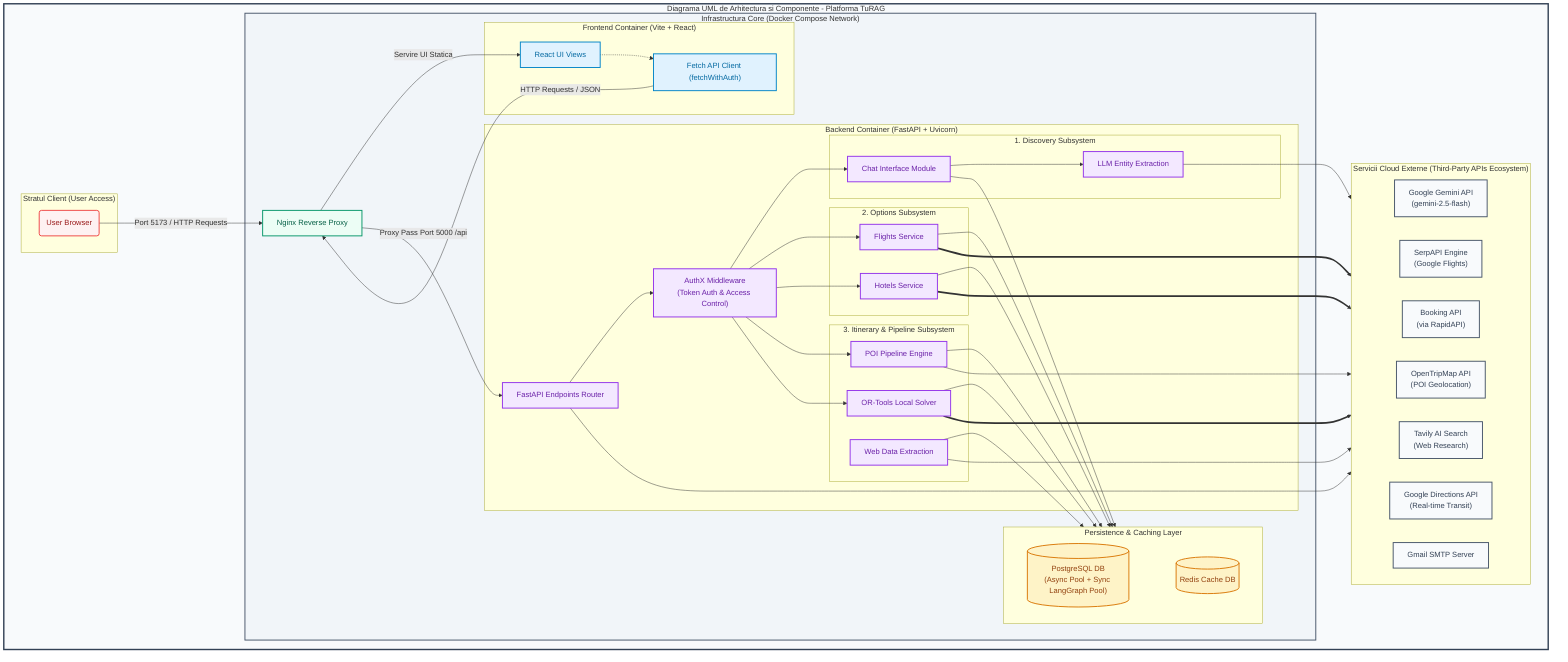
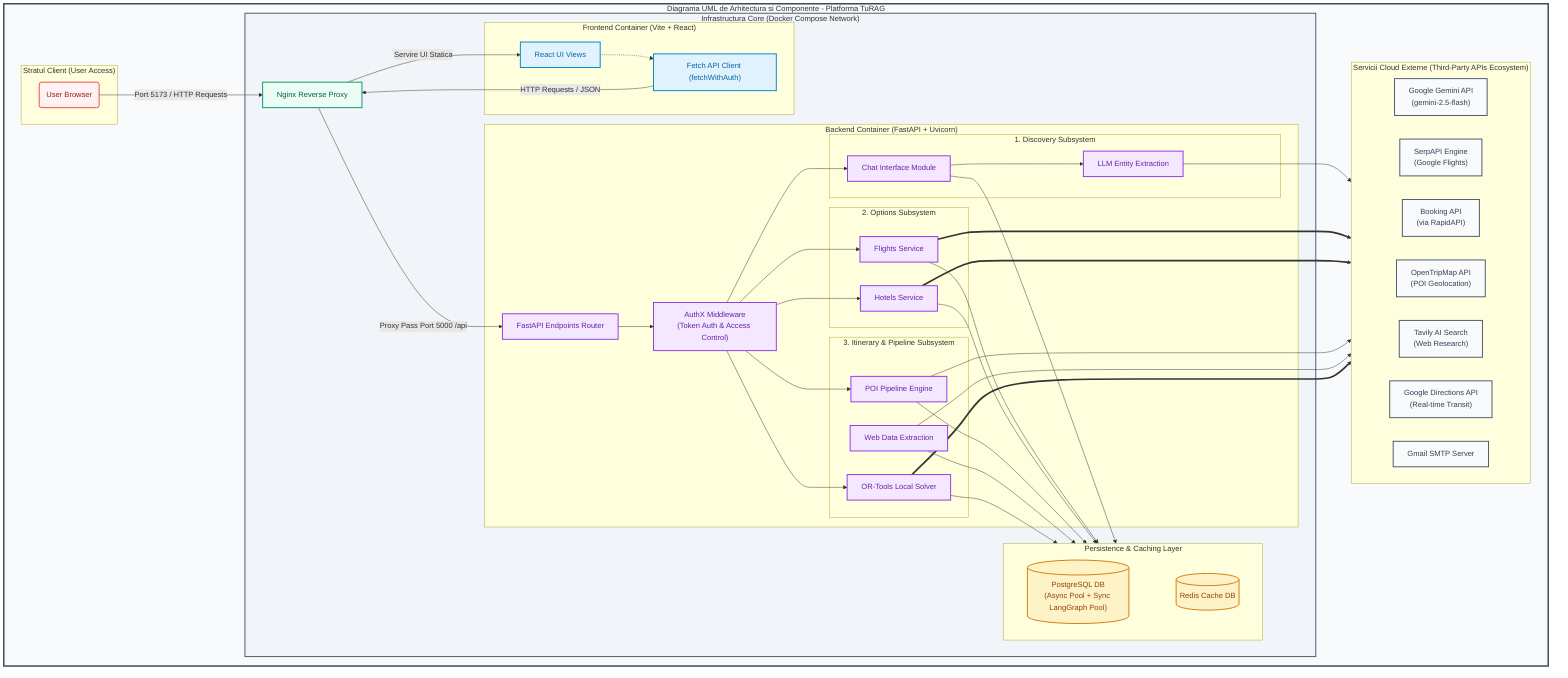
graph TD
    %% --- CONFIGURARE STILURI SI CULORI ---
    classDef user fill:#fef2f2,stroke:#ef4444,stroke-width:2px,color:#991b1b;
    classDef proxy fill:#ecfdf5,stroke:#059669,stroke-width:2px,color:#065f46;
    classDef frontend fill:#e0f2fe,stroke:#0284c7,stroke-width:2px,color:#0369a1;
    classDef backend fill:#f3e8ff,stroke:#9333ea,stroke-width:2px,color:#6b21a8;
    classDef storage fill:#fef3c7,stroke:#d97706,stroke-width:2px,color:#92400e;
    classDef external fill:#f8fafc,stroke:#475569,stroke-width:2px,color:#334155;

    %% ======================================================================
    %% CONTAINERUL MASTER CU FUNDAL STABILIT PENTRU EXPORT
    %% ======================================================================
    subgraph Master_Architecture ["Diagrama UML de Arhitectura si Componente - Platforma TuRAG"]

        %% --- CLIENT ---
        subgraph Client_Platform ["Stratul Client (User Access)"]
            User(User Browser):::user
        end

        %% --- CORE INFRASTRUCTURE ---
        subgraph Docker_Environment ["Infrastructura Core (Docker Compose Network)"]

            Nginx["Nginx Reverse Proxy"]:::proxy

            subgraph Frontend_Container ["Frontend Container (Vite + React)"]
                UI["React UI Views"]:::frontend
                APIClient["Fetch API Client (fetchWithAuth)"]:::frontend
            end

            subgraph Backend_Container ["Backend Container (FastAPI + Uvicorn)"]

                FastAPIRouter["FastAPI Endpoints Router"]:::backend
                Auth["AuthX Middleware<br>(Token Auth & Access Control)"]:::backend

                subgraph Discovery_Module ["1. Discovery Subsystem"]
                    Chat["Chat Interface Module"]:::backend
                    Extract["LLM Entity Extraction"]:::backend
                end

                subgraph Options_Module ["2. Options Subsystem"]
                    FlightSvc["Flights Service"]:::backend
                    HotelSvc["Hotels Service"]:::backend
                end

                subgraph Itinerary_Module ["3. Itinerary & Pipeline Subsystem"]
                    Pipeline["POI Pipeline Engine"]:::backend
                    DeepSearch["Web Data Extraction"]:::backend
                    ScheduleEngine["OR-Tools Local Solver"]:::backend
                end

            end

            subgraph Storage_Layer ["Persistence & Caching Layer"]
                direction LR
                Postgres[("PostgreSQL DB<br>(Async Pool + Sync LangGraph Pool)")]:::storage
                Redis[("Redis Cache DB")]:::storage
                Postgres ~~~ Redis
            end

        end

        %% --- API-URI EXTERNE ---
        subgraph External_APIs ["Servicii Cloud Externe (Third-Party APIs Ecosystem)"]
            direction LR
            Gemini["Google Gemini API<br>(gemini-2.5-flash)"]:::external
            SerpAPI["SerpAPI Engine<br>(Google Flights)"]:::external
            BookingAPI["Booking API<br>(via RapidAPI)"]:::external
            OpenTripMap["OpenTripMap API<br>(POI Geolocation)"]:::external
            Tavily["Tavily AI Search<br>(Web Research)"]:::external
            DirectionsAPI["Google Directions API<br>(Real-time Transit)"]:::external
            SMTP["Gmail SMTP Server"]:::external
        end

    end

    %% --- STILIZARE HACK PENTRU FUNDAL CONTAINER MASTER ---
    style Master_Architecture fill:#f8fafc,stroke:#334155,stroke-width:3px;
    style Docker_Environment fill:#f1f5f9,stroke:#475569,stroke-width:2px;

    %% ======================================================================
    %% RUTE SI FLUXURI DE DATE
    %% ======================================================================

    User -->|Port 5173 / HTTP Requests| Nginx
    Nginx -->|Servire UI Statica| UI

    UI -.-> APIClient

    APIClient -->|HTTP Requests / JSON| Nginx
    Nginx -->|Proxy Pass Port 5000 /api| FastAPIRouter

    FastAPIRouter --> Auth

    Auth --> Chat
    Auth --> FlightSvc
    Auth --> HotelSvc
    Auth --> Pipeline
    Auth --> ScheduleEngine

    Chat --> Storage_Layer
    FlightSvc --> Storage_Layer
    HotelSvc --> Storage_Layer
    Pipeline --> Storage_Layer
    DeepSearch --> Storage_Layer
    ScheduleEngine --> Storage_Layer

    Chat --> Extract

    Extract --> External_APIs
    FlightSvc ==> External_APIs
    HotelSvc ==> External_APIs
    Pipeline --> External_APIs
    DeepSearch --> External_APIs
    ScheduleEngine ==> External_APIs
-     FastAPIRouter --> External_APIs